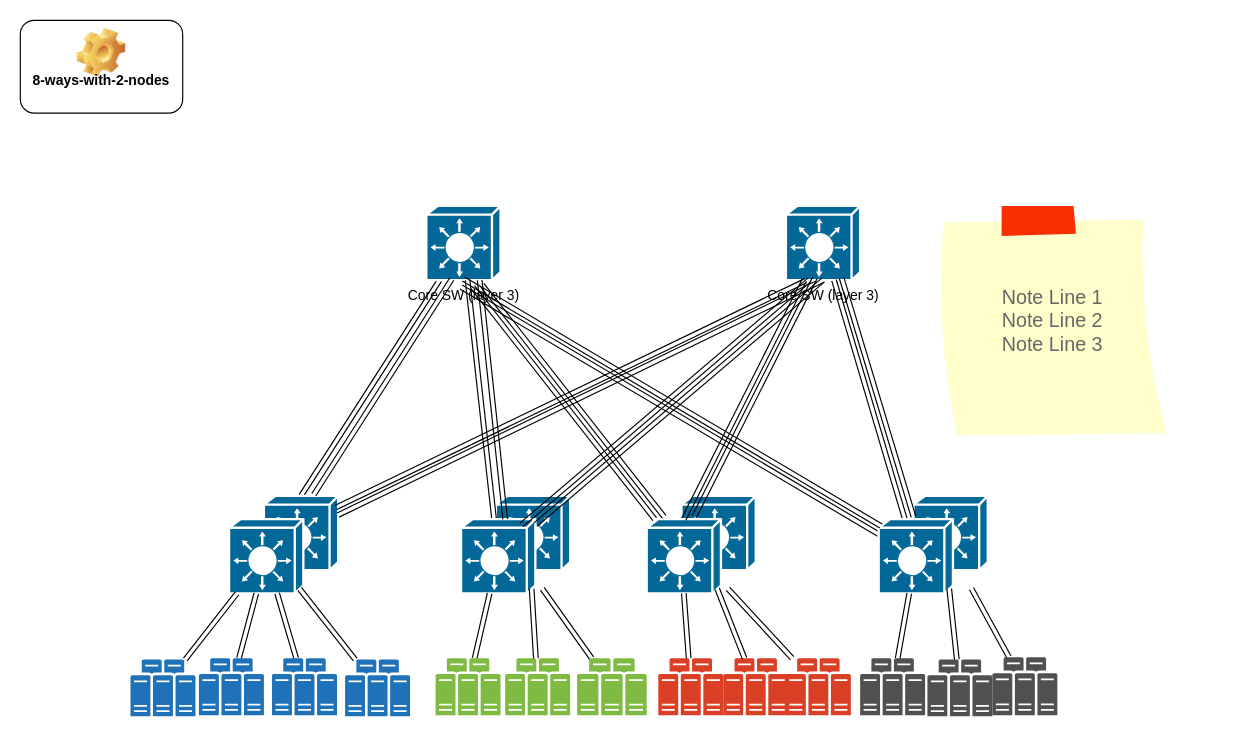
This is server_cluster_with_ethernet.drawio from wbxsxu168/drawio, a draw.io file, before an edit. Source tidied: cells renumbered, new cells numbered last; positions are measured from the earlier drawing's top-left corner, leaving out a move shared by most shapes. Both pictures are drawn from the tidied source at 116%, with x=0, y=0 at pixel (20, 20).
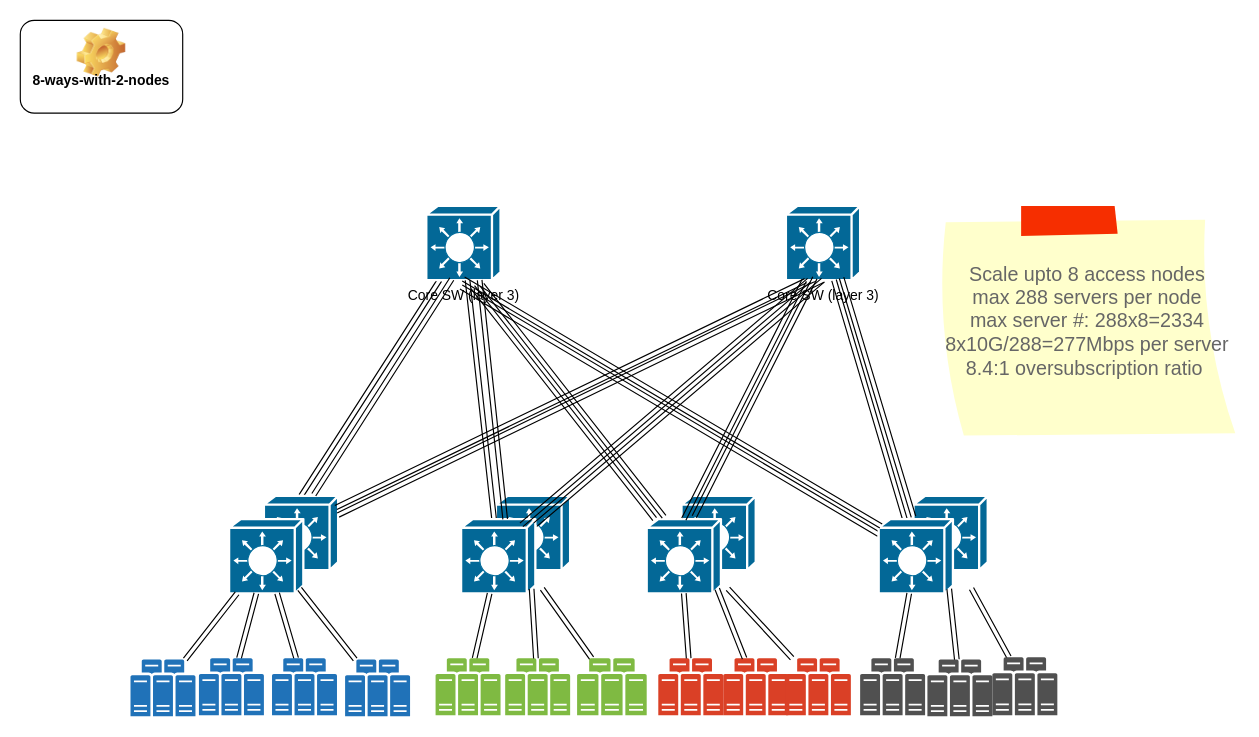
The same diagram, later.

Change to the diagram source:
```diff
@@
-    <mxCell id="55" value="Note Line 1&#10;Note Line 2&#10;Note Line 3" style="strokeWidth=1;shadow=0;dashed=0;align=center;html=1;shape=mxgraph.mockup.text.stickyNote2;fontColor=#666666;mainText=;fontSize=17;whiteSpace=wrap;fillColor=#ffffcc;strokeColor=#F62E00;" parent="1" vertex="1">
-      <mxGeometry x="790" y="160" width="200" height="200" as="geometry" />
+    <mxCell id="55" value="Scale upto 8 access nodes&lt;br&gt;max 288 servers per node&lt;br&gt;max server #: 288x8=2334&lt;div&gt;8x10G/288=277Mbps per server&lt;/div&gt;&lt;div&gt;8.4:1 oversubscription ratio&amp;nbsp;&lt;/div&gt;" style="strokeWidth=1;shadow=0;dashed=0;align=center;html=1;shape=mxgraph.mockup.text.stickyNote2;fontColor=#666666;mainText=;fontSize=17;whiteSpace=wrap;fillColor=#ffffcc;strokeColor=#F62E00;" parent="1" vertex="1">
+      <mxGeometry x="790" y="160" width="260" height="200" as="geometry" />
     </mxCell>
```
